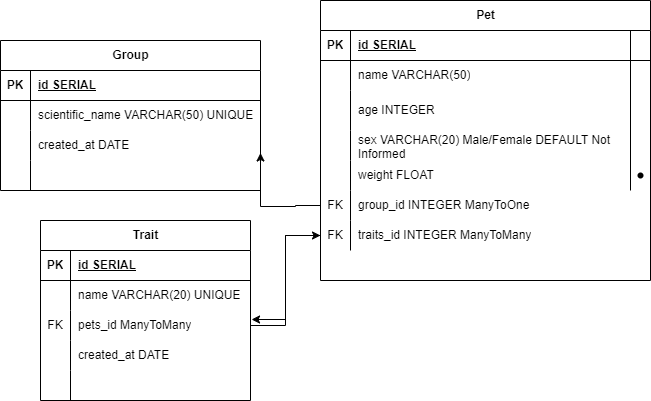
Before: der.png, a diagram exported from draw.io (chss-china/m5-pet-kare-backend). Source tidied: cells renumbered, new cells last; positions are measured from the earlier drawing's top-left corner, leaving out a move shared by most shapes.
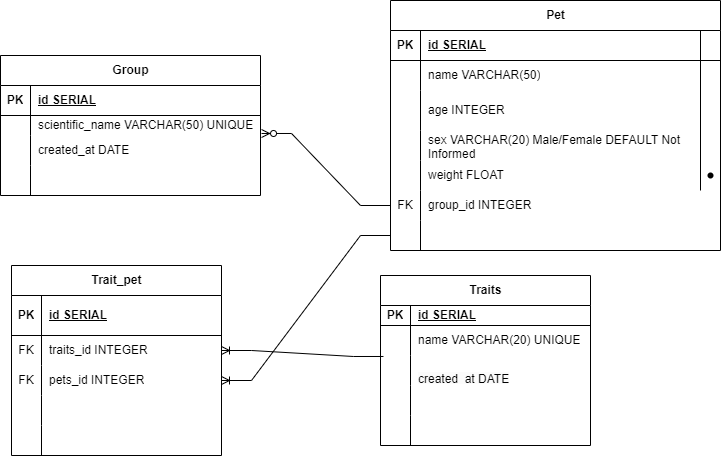
The same file after the commit.

Commit message:
correcao diagrama

Change to the diagram source:
```diff
@@ -3,7 +3,7 @@
     <mxCell id="0" />
     <mxCell id="1" parent="0" />
     <mxCell id="2" value="Pet" style="shape=table;startSize=30;rowLines=0;fontStyle=1;align=center;html=1;" parent="1" vertex="1">
-      <mxGeometry x="320" width="330" height="280" as="geometry" />
+      <mxGeometry x="360" y="-55" width="330" height="250" as="geometry" />
     </mxCell>
     <mxCell id="3" style="shape=tableRow;horizontal=0;startSize=0;swimlaneHead=0;swimlaneBody=0;fillColor=none;top=0;left=0;right=0;bottom=1;" parent="2" vertex="1">
       <mxGeometry y="30" width="330" height="30" as="geometry" />
@@ -59,20 +59,23 @@
     <mxCell id="20" value="FK" style="shape=partialRectangle;fillColor=none;top=0;left=0;bottom=0;right=0;overflow=hidden;whiteSpace=wrap;html=1;" parent="19" vertex="1">
       <mxGeometry width="30" height="30" as="geometry" />
     </mxCell>
-    <mxCell id="21" value="group_id INTEGER ManyToOne&amp;nbsp;" style="shape=partialRectangle;fillColor=none;top=0;left=0;bottom=0;right=0;align=left;spacingLeft=6;overflow=hidden;whiteSpace=wrap;html=1;" parent="19" vertex="1">
+    <mxCell id="21" value="group_id INTEGER&amp;nbsp;" style="shape=partialRectangle;fillColor=none;top=0;left=0;bottom=0;right=0;align=left;spacingLeft=6;overflow=hidden;whiteSpace=wrap;html=1;" parent="19" vertex="1">
       <mxGeometry x="30" width="300" height="30" as="geometry" />
     </mxCell>
     <mxCell id="22" style="shape=tableRow;horizontal=0;startSize=0;swimlaneHead=0;swimlaneBody=0;fillColor=none;points=[[0,0.5],[1,0.5]];portConstraint=eastwest;top=0;left=0;right=0;bottom=0;" parent="2" vertex="1">
       <mxGeometry y="220" width="330" height="30" as="geometry" />
     </mxCell>
-    <mxCell id="23" value="FK" style="shape=partialRectangle;fillColor=none;top=0;left=0;bottom=0;right=0;overflow=hidden;whiteSpace=wrap;html=1;" parent="22" vertex="1">
+    <mxCell id="23" style="shape=partialRectangle;fillColor=none;top=0;left=0;bottom=0;right=0;overflow=hidden;whiteSpace=wrap;html=1;" parent="22" vertex="1">
       <mxGeometry width="30" height="30" as="geometry" />
     </mxCell>
-    <mxCell id="24" value="traits_id INTEGER ManyToMany" style="shape=partialRectangle;fillColor=none;top=0;left=0;bottom=0;right=0;align=left;spacingLeft=6;overflow=hidden;whiteSpace=wrap;html=1;" parent="22" vertex="1">
+    <mxCell id="24" value="&lt;br&gt;" style="shape=partialRectangle;fillColor=none;top=0;left=0;bottom=0;right=0;align=left;spacingLeft=6;overflow=hidden;whiteSpace=wrap;html=1;" parent="22" vertex="1">
       <mxGeometry x="30" width="300" height="30" as="geometry" />
     </mxCell>
+    <mxCell id="57" style="edgeStyle=orthogonalEdgeStyle;rounded=0;orthogonalLoop=1;jettySize=auto;html=1;exitX=0;exitY=0.5;exitDx=0;exitDy=0;entryX=0;entryY=0.5;entryDx=0;entryDy=0;" parent="2" edge="1" source="19" target="19">
+      <mxGeometry relative="1" as="geometry" />
+    </mxCell>
     <mxCell id="25" value="Group" style="shape=table;startSize=30;rowLines=0;fontStyle=1;align=center;html=1;" parent="1" vertex="1">
-      <mxGeometry y="40" width="260" height="150" as="geometry" />
+      <mxGeometry x="-30" width="260" height="140" as="geometry" />
     </mxCell>
     <mxCell id="26" style="shape=tableRow;horizontal=0;startSize=0;swimlaneHead=0;swimlaneBody=0;fillColor=none;top=0;left=0;right=0;bottom=1;" parent="25" vertex="1">
       <mxGeometry y="30" width="260" height="30" as="geometry" />
@@ -84,16 +87,16 @@
       <mxGeometry x="30" width="230" height="30" as="geometry" />
     </mxCell>
     <mxCell id="29" style="shape=tableRow;horizontal=0;startSize=0;swimlaneHead=0;swimlaneBody=0;fillColor=none;top=0;left=0;right=0;bottom=0;" parent="25" vertex="1">
-      <mxGeometry y="60" width="260" height="30" as="geometry" />
+      <mxGeometry y="60" width="260" height="20" as="geometry" />
     </mxCell>
     <mxCell id="30" style="shape=partialRectangle;fillColor=none;top=0;left=0;bottom=0;right=0;overflow=hidden;whiteSpace=wrap;html=1;" parent="29" vertex="1">
-      <mxGeometry width="30" height="30" as="geometry" />
+      <mxGeometry width="30" height="20" as="geometry" />
     </mxCell>
     <mxCell id="31" value="scientific_name VARCHAR(50) UNIQUE" style="shape=partialRectangle;fillColor=none;top=0;left=0;bottom=0;right=0;align=left;spacingLeft=6;overflow=hidden;whiteSpace=wrap;html=1;" parent="29" vertex="1">
-      <mxGeometry x="30" width="230" height="30" as="geometry" />
+      <mxGeometry x="30" width="230" height="20" as="geometry" />
     </mxCell>
     <mxCell id="32" style="shape=tableRow;horizontal=0;startSize=0;swimlaneHead=0;swimlaneBody=0;fillColor=none;points=[[0,0.5],[1,0.5]];portConstraint=eastwest;top=0;left=0;right=0;bottom=0;" parent="25" vertex="1">
-      <mxGeometry y="90" width="260" height="30" as="geometry" />
+      <mxGeometry y="80" width="260" height="30" as="geometry" />
     </mxCell>
     <mxCell id="33" style="shape=partialRectangle;fillColor=none;top=0;left=0;bottom=0;right=0;overflow=hidden;whiteSpace=wrap;html=1;" parent="32" vertex="1">
       <mxGeometry width="30" height="30" as="geometry" />
@@ -102,7 +105,7 @@
       <mxGeometry x="30" width="230" height="30" as="geometry" />
     </mxCell>
     <mxCell id="35" style="shape=tableRow;horizontal=0;startSize=0;swimlaneHead=0;swimlaneBody=0;fillColor=none;top=0;left=0;right=0;bottom=0;" parent="25" vertex="1">
-      <mxGeometry y="120" width="260" height="30" as="geometry" />
+      <mxGeometry y="110" width="260" height="30" as="geometry" />
     </mxCell>
     <mxCell id="36" style="shape=partialRectangle;fillColor=none;top=0;left=0;bottom=0;right=0;overflow=hidden;whiteSpace=wrap;html=1;" parent="35" vertex="1">
       <mxGeometry width="30" height="30" as="geometry" />
@@ -110,56 +113,47 @@
     <mxCell id="37" style="shape=partialRectangle;fillColor=none;top=0;left=0;bottom=0;right=0;align=left;spacingLeft=6;overflow=hidden;whiteSpace=wrap;html=1;" parent="35" vertex="1">
       <mxGeometry x="30" width="230" height="30" as="geometry" />
     </mxCell>
-    <mxCell id="38" style="edgeStyle=orthogonalEdgeStyle;rounded=0;jettySize=auto;html=1;exitX=0;exitY=0.5;exitDx=0;exitDy=0;entryX=1;entryY=0.75;entryDx=0;entryDy=0;" parent="1" edge="1" source="19" target="25">
-      <mxGeometry relative="1" as="geometry">
-        <Array as="points">
-          <mxPoint x="295" y="205" />
-          <mxPoint x="295" y="206" />
-          <mxPoint x="260" y="206" />
-        </Array>
-      </mxGeometry>
-    </mxCell>
-    <mxCell id="39" value="Trait" style="shape=table;startSize=30;rowLines=0;fontStyle=1;align=center;html=1;" parent="1" vertex="1">
-      <mxGeometry x="40" y="220" width="210" height="180" as="geometry" />
+    <mxCell id="39" value="Trait_pet" style="shape=table;startSize=30;rowLines=0;fontStyle=1;align=center;html=1;" parent="1" vertex="1">
+      <mxGeometry x="-19" y="210" width="210" height="190" as="geometry" />
     </mxCell>
     <mxCell id="40" style="shape=tableRow;horizontal=0;startSize=0;swimlaneHead=0;swimlaneBody=0;fillColor=none;top=0;left=0;right=0;bottom=1;" parent="39" vertex="1">
-      <mxGeometry y="30" width="210" height="30" as="geometry" />
+      <mxGeometry y="30" width="210" height="40" as="geometry" />
     </mxCell>
     <mxCell id="41" value="PK" style="shape=partialRectangle;fillColor=none;top=0;left=0;bottom=0;right=0;fontStyle=1;overflow=hidden;whiteSpace=wrap;html=1;" parent="40" vertex="1">
-      <mxGeometry width="30" height="30" as="geometry" />
+      <mxGeometry width="30" height="40" as="geometry" />
     </mxCell>
     <mxCell id="42" value="id SERIAL" style="shape=partialRectangle;fillColor=none;top=0;left=0;bottom=0;right=0;align=left;spacingLeft=6;fontStyle=5;overflow=hidden;whiteSpace=wrap;html=1;" parent="40" vertex="1">
-      <mxGeometry x="30" width="180" height="30" as="geometry" />
+      <mxGeometry x="30" width="180" height="40" as="geometry" />
     </mxCell>
-    <mxCell id="43" style="shape=tableRow;horizontal=0;startSize=0;swimlaneHead=0;swimlaneBody=0;fillColor=none;top=0;left=0;right=0;bottom=0;" parent="39" vertex="1">
-      <mxGeometry y="60" width="210" height="30" as="geometry" />
-    </mxCell>
-    <mxCell id="44" style="shape=partialRectangle;fillColor=none;top=0;left=0;bottom=0;right=0;overflow=hidden;whiteSpace=wrap;html=1;" parent="43" vertex="1">
-      <mxGeometry width="30" height="30" as="geometry" />
-    </mxCell>
-    <mxCell id="45" value="name VARCHAR(20) UNIQUE" style="shape=partialRectangle;fillColor=none;top=0;left=0;bottom=0;right=0;align=left;spacingLeft=6;overflow=hidden;whiteSpace=wrap;html=1;" parent="43" vertex="1">
-      <mxGeometry x="30" width="180" height="30" as="geometry" />
-    </mxCell>
+    <mxCell id="58" style="shape=tableRow;horizontal=0;startSize=0;swimlaneHead=0;swimlaneBody=0;fillColor=none;points=[[0,0.5],[1,0.5]];portConstraint=eastwest;top=0;left=0;right=0;bottom=0;" parent="39" vertex="1">
+      <mxGeometry y="70" width="210" height="30" as="geometry" />
+    </mxCell>
+    <mxCell id="59" value="FK" style="shape=partialRectangle;fillColor=none;top=0;left=0;bottom=0;right=0;overflow=hidden;whiteSpace=wrap;html=1;" parent="58" vertex="1">
+      <mxGeometry width="30" height="30" as="geometry" />
+    </mxCell>
+    <mxCell id="60" value="traits_id INTEGER" style="shape=partialRectangle;fillColor=none;top=0;left=0;bottom=0;right=0;align=left;spacingLeft=6;overflow=hidden;whiteSpace=wrap;html=1;" parent="58" vertex="1">
+      <mxGeometry x="30" width="180" height="30" as="geometry" />
+    </mxCell>
     <mxCell id="46" style="shape=tableRow;horizontal=0;startSize=0;swimlaneHead=0;swimlaneBody=0;fillColor=none;points=[[0,0.5],[1,0.5]];portConstraint=eastwest;top=0;left=0;right=0;bottom=0;" parent="39" vertex="1">
-      <mxGeometry y="90" width="210" height="30" as="geometry" />
+      <mxGeometry y="100" width="210" height="30" as="geometry" />
     </mxCell>
     <mxCell id="47" value="FK" style="shape=partialRectangle;fillColor=none;top=0;left=0;bottom=0;right=0;overflow=hidden;whiteSpace=wrap;html=1;" parent="46" vertex="1">
       <mxGeometry width="30" height="30" as="geometry" />
     </mxCell>
-    <mxCell id="48" value="pets_id ManyToMany" style="shape=partialRectangle;fillColor=none;top=0;left=0;bottom=0;right=0;align=left;spacingLeft=6;overflow=hidden;whiteSpace=wrap;html=1;" parent="46" vertex="1">
+    <mxCell id="48" value="pets_id INTEGER" style="shape=partialRectangle;fillColor=none;top=0;left=0;bottom=0;right=0;align=left;spacingLeft=6;overflow=hidden;whiteSpace=wrap;html=1;" parent="46" vertex="1">
       <mxGeometry x="30" width="180" height="30" as="geometry" />
     </mxCell>
     <mxCell id="49" style="shape=tableRow;horizontal=0;startSize=0;swimlaneHead=0;swimlaneBody=0;fillColor=none;top=0;left=0;right=0;bottom=0;" parent="39" vertex="1">
-      <mxGeometry y="120" width="210" height="30" as="geometry" />
+      <mxGeometry y="130" width="210" height="30" as="geometry" />
     </mxCell>
     <mxCell id="50" style="shape=partialRectangle;fillColor=none;top=0;left=0;bottom=0;right=0;overflow=hidden;whiteSpace=wrap;html=1;" parent="49" vertex="1">
       <mxGeometry width="30" height="30" as="geometry" />
     </mxCell>
-    <mxCell id="51" value="created_at DATE" style="shape=partialRectangle;fillColor=none;top=0;left=0;bottom=0;right=0;align=left;spacingLeft=6;overflow=hidden;whiteSpace=wrap;html=1;" parent="49" vertex="1">
+    <mxCell id="51" style="shape=partialRectangle;fillColor=none;top=0;left=0;bottom=0;right=0;align=left;spacingLeft=6;overflow=hidden;whiteSpace=wrap;html=1;" parent="49" vertex="1">
       <mxGeometry x="30" width="180" height="30" as="geometry" />
     </mxCell>
     <mxCell id="52" style="shape=tableRow;horizontal=0;startSize=0;swimlaneHead=0;swimlaneBody=0;fillColor=none;top=0;left=0;right=0;bottom=0;" parent="39" vertex="1">
-      <mxGeometry y="150" width="210" height="30" as="geometry" />
+      <mxGeometry y="160" width="210" height="30" as="geometry" />
     </mxCell>
     <mxCell id="53" style="shape=partialRectangle;fillColor=none;top=0;left=0;bottom=0;right=0;overflow=hidden;whiteSpace=wrap;html=1;" parent="52" vertex="1">
       <mxGeometry width="30" height="30" as="geometry" />
@@ -167,11 +161,62 @@
     <mxCell id="54" style="shape=partialRectangle;fillColor=none;top=0;left=0;bottom=0;right=0;align=left;spacingLeft=6;overflow=hidden;whiteSpace=wrap;html=1;" parent="52" vertex="1">
       <mxGeometry x="30" width="180" height="30" as="geometry" />
     </mxCell>
+    <mxCell id="61" style="edgeStyle=entityRelationEdgeStyle;fontSize=12;html=1;endArrow=ERzeroToMany;endFill=1;rounded=0;entryX=1.004;entryY=-0.067;entryDx=0;entryDy=0;entryPerimeter=0;" parent="1" edge="1" source="19" target="32">
+      <mxGeometry relative="1" as="geometry" />
+    </mxCell>
+    <mxCell id="62" value="Traits" style="shape=table;startSize=30;rowLines=0;fontStyle=1;align=center;html=1;" parent="1" vertex="1">
+      <mxGeometry x="350" y="220" width="210" height="170" as="geometry" />
+    </mxCell>
+    <mxCell id="63" style="shape=tableRow;horizontal=0;startSize=0;swimlaneHead=0;swimlaneBody=0;fillColor=none;top=0;left=0;right=0;bottom=1;" parent="62" vertex="1">
+      <mxGeometry y="30" width="210" height="20" as="geometry" />
+    </mxCell>
+    <mxCell id="64" value="PK" style="shape=partialRectangle;fillColor=none;top=0;left=0;bottom=0;right=0;fontStyle=1;overflow=hidden;whiteSpace=wrap;html=1;" parent="63" vertex="1">
+      <mxGeometry width="30" height="20" as="geometry" />
+    </mxCell>
+    <mxCell id="65" value="id SERIAL" style="shape=partialRectangle;fillColor=none;top=0;left=0;bottom=0;right=0;align=left;spacingLeft=6;fontStyle=5;overflow=hidden;whiteSpace=wrap;html=1;" parent="63" vertex="1">
+      <mxGeometry x="30" width="180" height="20" as="geometry" />
+    </mxCell>
+    <mxCell id="66" style="shape=tableRow;horizontal=0;startSize=0;swimlaneHead=0;swimlaneBody=0;fillColor=none;points=[[0,0.5],[1,0.5]];portConstraint=eastwest;top=0;left=0;right=0;bottom=0;" parent="62" vertex="1">
+      <mxGeometry y="50" width="210" height="30" as="geometry" />
+    </mxCell>
+    <mxCell id="67" style="shape=partialRectangle;fillColor=none;top=0;left=0;bottom=0;right=0;overflow=hidden;whiteSpace=wrap;html=1;" parent="66" vertex="1">
+      <mxGeometry width="30" height="30" as="geometry" />
+    </mxCell>
+    <mxCell id="45" value="name VARCHAR(20) UNIQUE" style="shape=partialRectangle;fillColor=none;top=0;left=0;bottom=0;right=0;align=left;spacingLeft=6;overflow=hidden;whiteSpace=wrap;html=1;" parent="66" vertex="1">
+      <mxGeometry x="30" width="180" height="30" as="geometry" />
+    </mxCell>
+    <mxCell id="68" style="shape=tableRow;horizontal=0;startSize=0;swimlaneHead=0;swimlaneBody=0;fillColor=none;top=0;left=0;right=0;bottom=0;" parent="62" vertex="1">
+      <mxGeometry y="80" width="210" height="30" as="geometry" />
+    </mxCell>
+    <mxCell id="69" style="shape=partialRectangle;fillColor=none;top=0;left=0;bottom=0;right=0;overflow=hidden;whiteSpace=wrap;html=1;" parent="68" vertex="1">
+      <mxGeometry width="30" height="30" as="geometry" />
+    </mxCell>
+    <mxCell id="70" value="&#10;&lt;span style=&quot;color: rgb(0, 0, 0); font-family: Helvetica; font-size: 12px; font-style: normal; font-variant-ligatures: normal; font-variant-caps: normal; font-weight: 400; letter-spacing: normal; orphans: 2; text-align: left; text-indent: 0px; text-transform: none; widows: 2; word-spacing: 0px; -webkit-text-stroke-width: 0px; background-color: rgb(251, 251, 251); text-decoration-thickness: initial; text-decoration-style: initial; text-decoration-color: initial; float: none; display: inline !important;&quot;&gt;created_at DATE&lt;/span&gt;&#10;&#10;" style="shape=partialRectangle;fillColor=none;top=0;left=0;bottom=0;right=0;align=left;spacingLeft=6;overflow=hidden;whiteSpace=wrap;html=1;" parent="68" vertex="1">
+      <mxGeometry x="30" width="180" height="30" as="geometry" />
+    </mxCell>
+    <mxCell id="71" style="shape=tableRow;horizontal=0;startSize=0;swimlaneHead=0;swimlaneBody=0;fillColor=none;top=0;left=0;right=0;bottom=0;" parent="62" vertex="1">
+      <mxGeometry y="110" width="210" height="30" as="geometry" />
+    </mxCell>
+    <mxCell id="72" style="shape=partialRectangle;fillColor=none;top=0;left=0;bottom=0;right=0;overflow=hidden;whiteSpace=wrap;html=1;" parent="71" vertex="1">
+      <mxGeometry width="30" height="30" as="geometry" />
+    </mxCell>
+    <mxCell id="73" style="shape=partialRectangle;fillColor=none;top=0;left=0;bottom=0;right=0;align=left;spacingLeft=6;overflow=hidden;whiteSpace=wrap;html=1;" parent="71" vertex="1">
+      <mxGeometry x="30" width="180" height="30" as="geometry" />
+    </mxCell>
+    <mxCell id="74" style="shape=tableRow;horizontal=0;startSize=0;swimlaneHead=0;swimlaneBody=0;fillColor=none;top=0;left=0;right=0;bottom=0;" parent="62" vertex="1">
+      <mxGeometry y="140" width="210" height="30" as="geometry" />
+    </mxCell>
+    <mxCell id="75" style="shape=partialRectangle;fillColor=none;top=0;left=0;bottom=0;right=0;overflow=hidden;whiteSpace=wrap;html=1;" parent="74" vertex="1">
+      <mxGeometry width="30" height="30" as="geometry" />
+    </mxCell>
+    <mxCell id="76" style="shape=partialRectangle;fillColor=none;top=0;left=0;bottom=0;right=0;align=left;spacingLeft=6;overflow=hidden;whiteSpace=wrap;html=1;" parent="74" vertex="1">
+      <mxGeometry x="30" width="180" height="30" as="geometry" />
+    </mxCell>
-    <mxCell id="55" style="edgeStyle=orthogonalEdgeStyle;rounded=0;jettySize=auto;html=1;entryX=1.005;entryY=0.3;entryDx=0;entryDy=0;entryPerimeter=0;" parent="1" edge="1" source="22" target="46">
+    <mxCell id="55" style="edgeStyle=entityRelationEdgeStyle;fontSize=12;html=1;endArrow=ERoneToMany;rounded=0;" parent="1" edge="1" source="22" target="46">
       <mxGeometry relative="1" as="geometry" />
     </mxCell>
-    <mxCell id="56" style="edgeStyle=orthogonalEdgeStyle;rounded=0;jettySize=auto;html=1;entryX=0;entryY=0.5;entryDx=0;entryDy=0;" parent="1" edge="1" source="46" target="22">
-      <mxGeometry relative="1" as="geometry" />
-    </mxCell>
+    <mxCell id="77" style="edgeStyle=entityRelationEdgeStyle;fontSize=12;html=1;endArrow=ERoneToMany;rounded=0;exitX=0.014;exitY=1.033;exitDx=0;exitDy=0;exitPerimeter=0;" parent="1" edge="1" source="66" target="58">
+      <mxGeometry relative="1" as="geometry" />
+    </mxCell>
   </root>
 </mxGraphModel>
```
